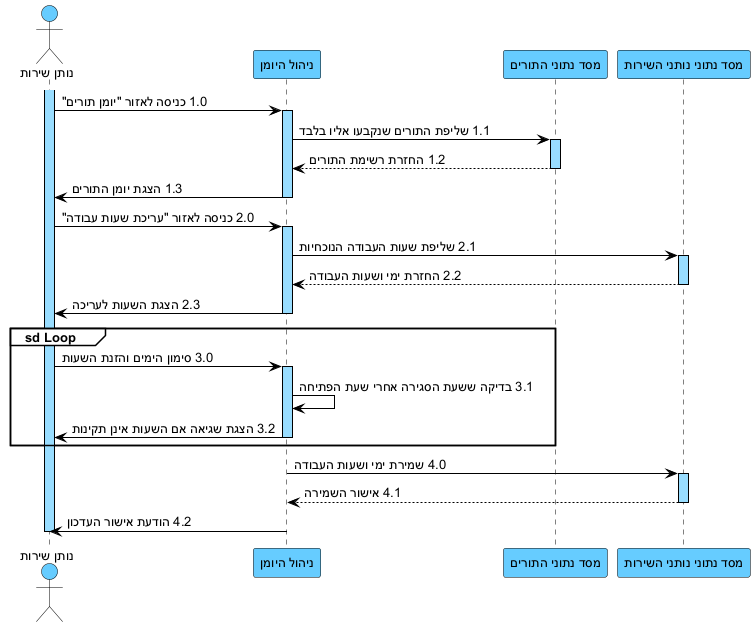
Above: docs/diagrams/png/09-seq-suc09-יומן-ושעות.png in arielkaplan20/GOLDEN_HAIR_SALOAN (PlantUML), before the change.
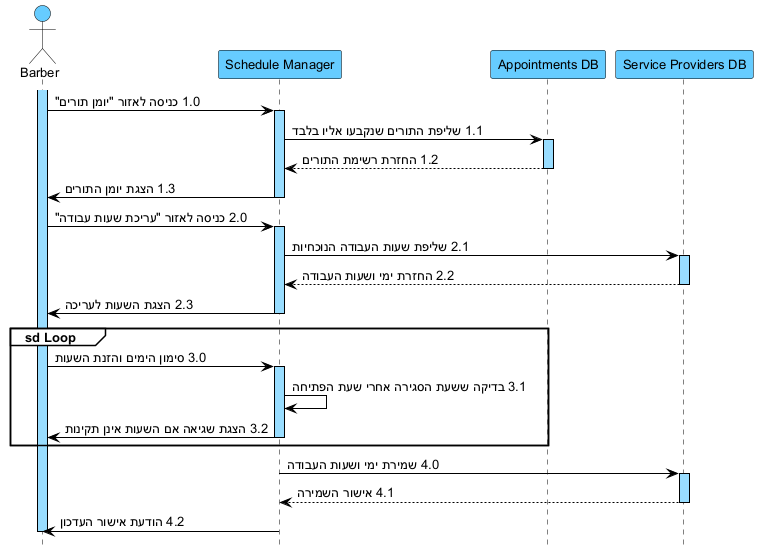
After the change.

What changed in the source:
```diff
@@ -1,4 +1,5 @@
 @startuml
+hide footbox
 skinparam backgroundColor white
 skinparam defaultFontName Arial
 skinparam defaultFontSize 13
@@ -18,10 +19,10 @@
 GroupHeaderFontColor black
 }
 
-actor "נותן שירות" as B
-participant "ניהול היומן" as SCM
-participant "מסד נתוני התורים" as ADB
-participant "מסד נתוני נותני השירות" as SDB
+actor "Barber" as B
+participant "Schedule Manager" as SCM
+participant "Appointments DB" as ADB
+participant "Service Providers DB" as SDB
 
 activate B
 B -> SCM : 1.0 כניסה לאזור "יומן תורים"
```
